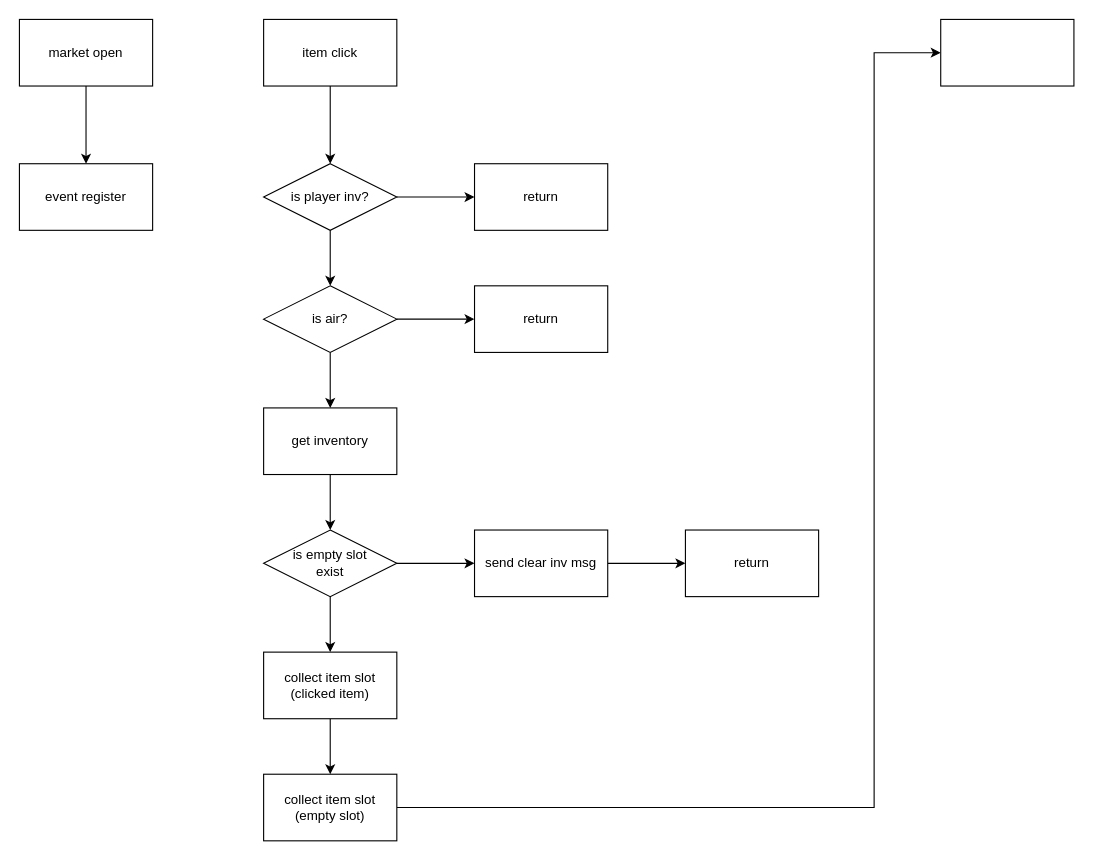
This is page "ItemTradeLogic" (6 of 6) of LiquidityMarket.drawio from frost917/LiquidityMarket, a draw.io file, before an edit. Source tidied: cells renumbered, new cells numbered last; positions are measured from the earlier drawing's top-left corner, leaving out a move shared by most shapes. Both pictures are drawn from the tidied source at 111%, with x=0, y=0 at pixel (19, 19).
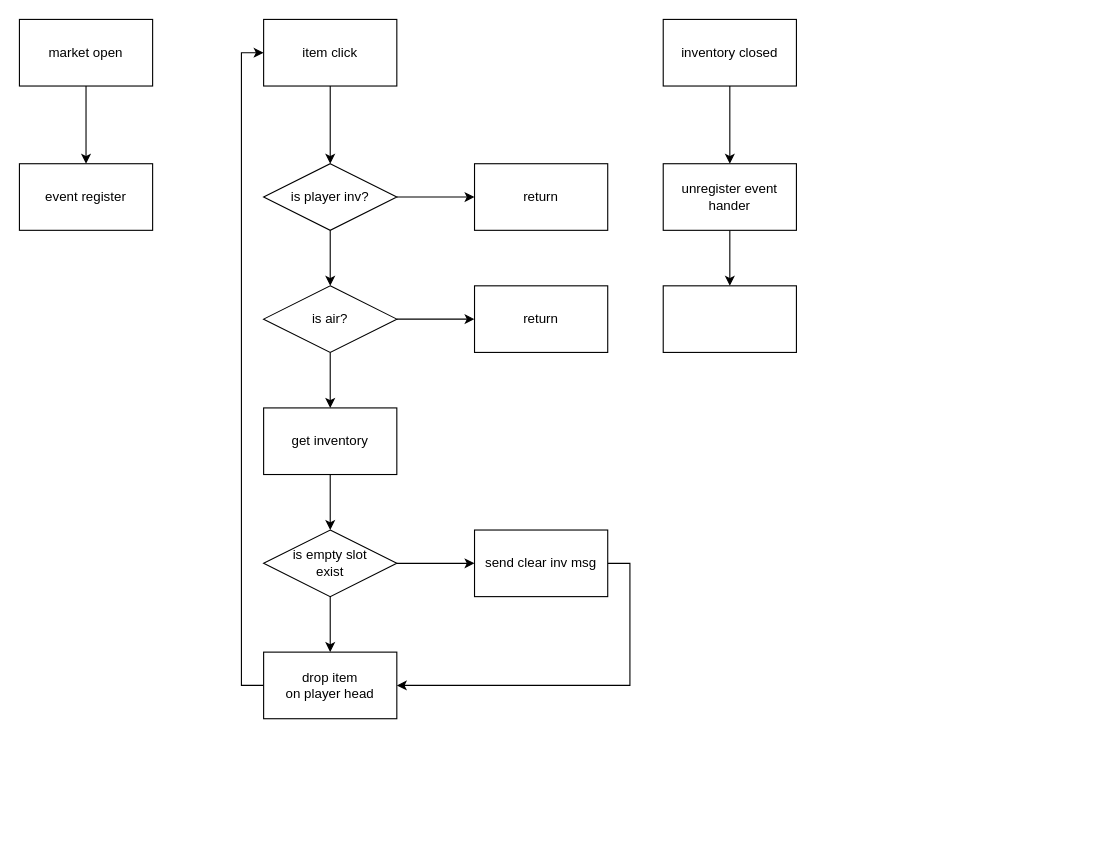
Above is the later version.

The change refers to these unchanged cells:
```xml
<mxCell id="6" value="item click" style="rounded=0;whiteSpace=wrap;html=1;" parent="1" vertex="1">
  <mxGeometry x="220" width="120" height="60" as="geometry" />
</mxCell>
<mxCell id="19" value="is empty slot &lt;br&gt;exist" style="rhombus;whiteSpace=wrap;html=1;" parent="1" vertex="1">
  <mxGeometry x="220" y="460" width="120" height="60" as="geometry" />
</mxCell>
<mxCell id="21" value="send clear inv msg" style="rounded=0;whiteSpace=wrap;html=1;" parent="1" vertex="1">
  <mxGeometry x="410" y="460" width="120" height="60" as="geometry" />
</mxCell>
```

The edit, as a diff of the source:
```diff
@@
-    <mxCell id="18" style="edgeStyle=orthogonalEdgeStyle;rounded=0;jettySize=auto;html=1;exitX=0.5;exitY=1;exitDx=0;exitDy=0;" parent="1" edge="1" source="19" target="24">
-      <mxGeometry relative="1" as="geometry" />
-    </mxCell>
+    <mxCell id="28" style="edgeStyle=orthogonalEdgeStyle;rounded=0;jettySize=auto;html=1;" parent="1" edge="1" source="19" target="31">
+      <mxGeometry relative="1" as="geometry" />
+    </mxCell>
@@
-    <mxCell id="20" style="edgeStyle=orthogonalEdgeStyle;rounded=0;jettySize=auto;html=1;exitX=1;exitY=0.5;exitDx=0;exitDy=0;" parent="1" edge="1" source="21" target="22">
-      <mxGeometry relative="1" as="geometry" />
-    </mxCell>
+    <mxCell id="29" style="edgeStyle=orthogonalEdgeStyle;rounded=0;jettySize=auto;html=1;exitX=1;exitY=0.5;exitDx=0;exitDy=0;entryX=1;entryY=0.5;entryDx=0;entryDy=0;" parent="1" edge="1" source="21" target="31">
+      <mxGeometry relative="1" as="geometry" />
+    </mxCell>
@@
-    <mxCell id="22" value="return" style="rounded=0;whiteSpace=wrap;html=1;" parent="1" vertex="1">
-      <mxGeometry x="600" y="460" width="120" height="60" as="geometry" />
-    </mxCell>
-    <mxCell id="23" style="edgeStyle=orthogonalEdgeStyle;rounded=0;jettySize=auto;html=1;exitX=0.5;exitY=1;exitDx=0;exitDy=0;" parent="1" edge="1" source="24" target="26">
-      <mxGeometry relative="1" as="geometry" />
-    </mxCell>
-    <mxCell id="24" value="collect item slot&lt;br&gt;(clicked item)" style="rounded=0;whiteSpace=wrap;html=1;" parent="1" vertex="1">
-      <mxGeometry x="220" y="570" width="120" height="60" as="geometry" />
-    </mxCell>
-    <mxCell id="25" style="edgeStyle=orthogonalEdgeStyle;rounded=0;jettySize=auto;html=1;exitX=1;exitY=0.5;exitDx=0;exitDy=0;entryX=0;entryY=0.5;entryDx=0;entryDy=0;" parent="1" edge="1" source="26" target="27">
-      <mxGeometry relative="1" as="geometry">
-        <Array as="points">
-          <mxPoint x="770" y="710" />
-          <mxPoint x="770" y="30" />
-        </Array>
-      </mxGeometry>
-    </mxCell>
-    <mxCell id="26" value="collect item slot&lt;br&gt;(empty slot)" style="rounded=0;whiteSpace=wrap;html=1;" parent="1" vertex="1">
-      <mxGeometry x="220" y="680" width="120" height="60" as="geometry" />
-    </mxCell>
-    <mxCell id="27" style="rounded=0;whiteSpace=wrap;html=1;" parent="1" vertex="1">
-      <mxGeometry x="830" width="120" height="60" as="geometry" />
-    </mxCell>
+    <mxCell id="30" style="edgeStyle=orthogonalEdgeStyle;rounded=0;jettySize=auto;html=1;exitX=0;exitY=0.5;exitDx=0;exitDy=0;entryX=0;entryY=0.5;entryDx=0;entryDy=0;" parent="1" edge="1" source="31" target="6">
+      <mxGeometry relative="1" as="geometry" />
+    </mxCell>
+    <mxCell id="31" value="drop item &lt;br&gt;on player head" style="rounded=0;whiteSpace=wrap;html=1;" parent="1" vertex="1">
+      <mxGeometry x="220" y="570" width="120" height="60" as="geometry" />
+    </mxCell>
+    <mxCell id="32" style="edgeStyle=orthogonalEdgeStyle;rounded=0;jettySize=auto;html=1;" parent="1" edge="1" source="33" target="35">
+      <mxGeometry relative="1" as="geometry" />
+    </mxCell>
+    <mxCell id="33" value="inventory closed" style="rounded=0;whiteSpace=wrap;html=1;" parent="1" vertex="1">
+      <mxGeometry x="580" width="120" height="60" as="geometry" />
+    </mxCell>
+    <mxCell id="34" style="edgeStyle=orthogonalEdgeStyle;rounded=0;jettySize=auto;html=1;" parent="1" edge="1" source="35" target="36">
+      <mxGeometry relative="1" as="geometry" />
+    </mxCell>
+    <mxCell id="35" value="unregister event hander" style="rounded=0;whiteSpace=wrap;html=1;" parent="1" vertex="1">
+      <mxGeometry x="580" y="130" width="120" height="60" as="geometry" />
+    </mxCell>
+    <mxCell id="36" style="rounded=0;whiteSpace=wrap;html=1;" parent="1" vertex="1">
+      <mxGeometry x="580" y="240" width="120" height="60" as="geometry" />
+    </mxCell>
```
